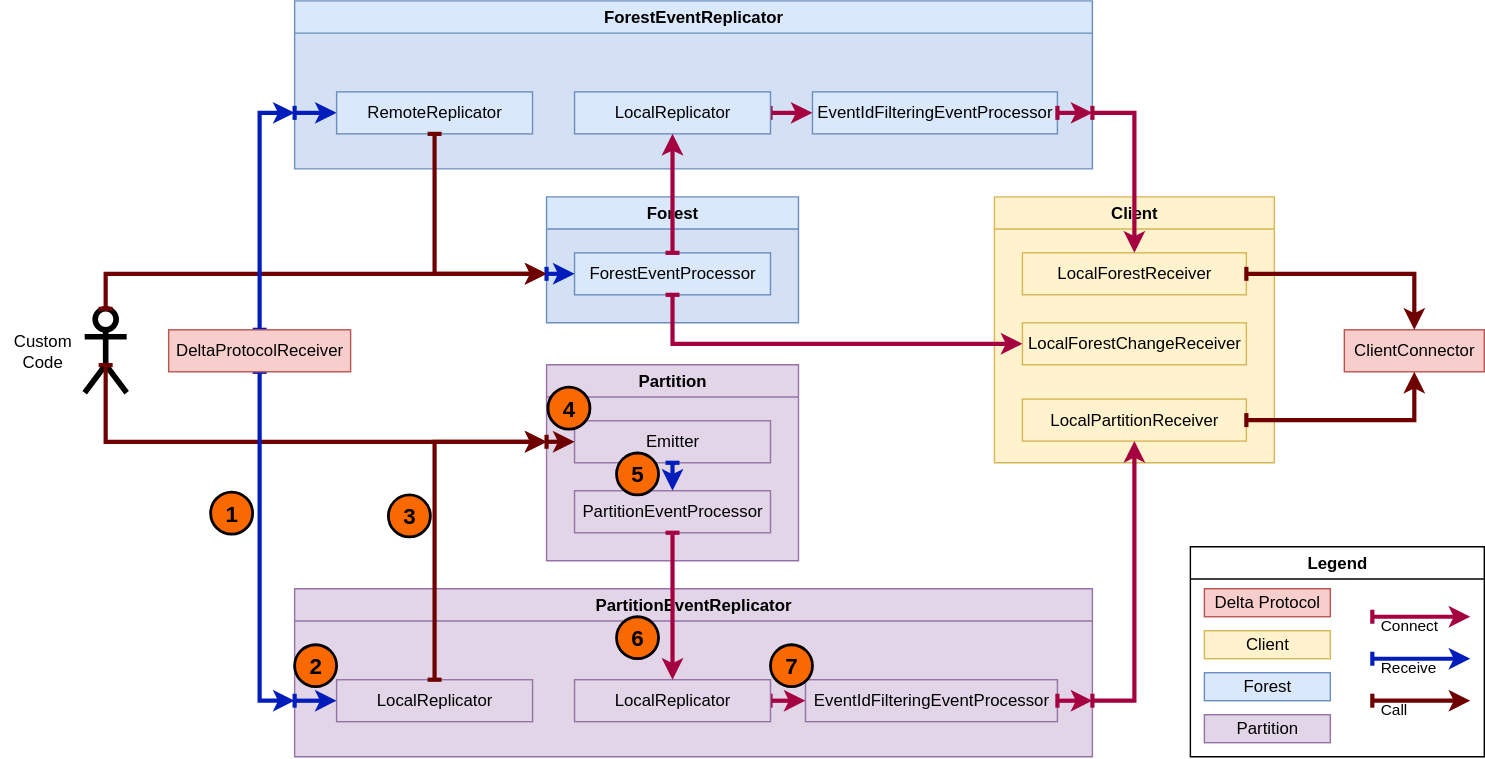
Earlier version of the draw.io export docs/processors-remoteSteps.drawio.svg (LionWeb-io/lionweb-csharp). Source tidied: cells renumbered, new cells last; positions are measured from the earlier drawing's top-left corner, leaving out a move shared by most shapes.
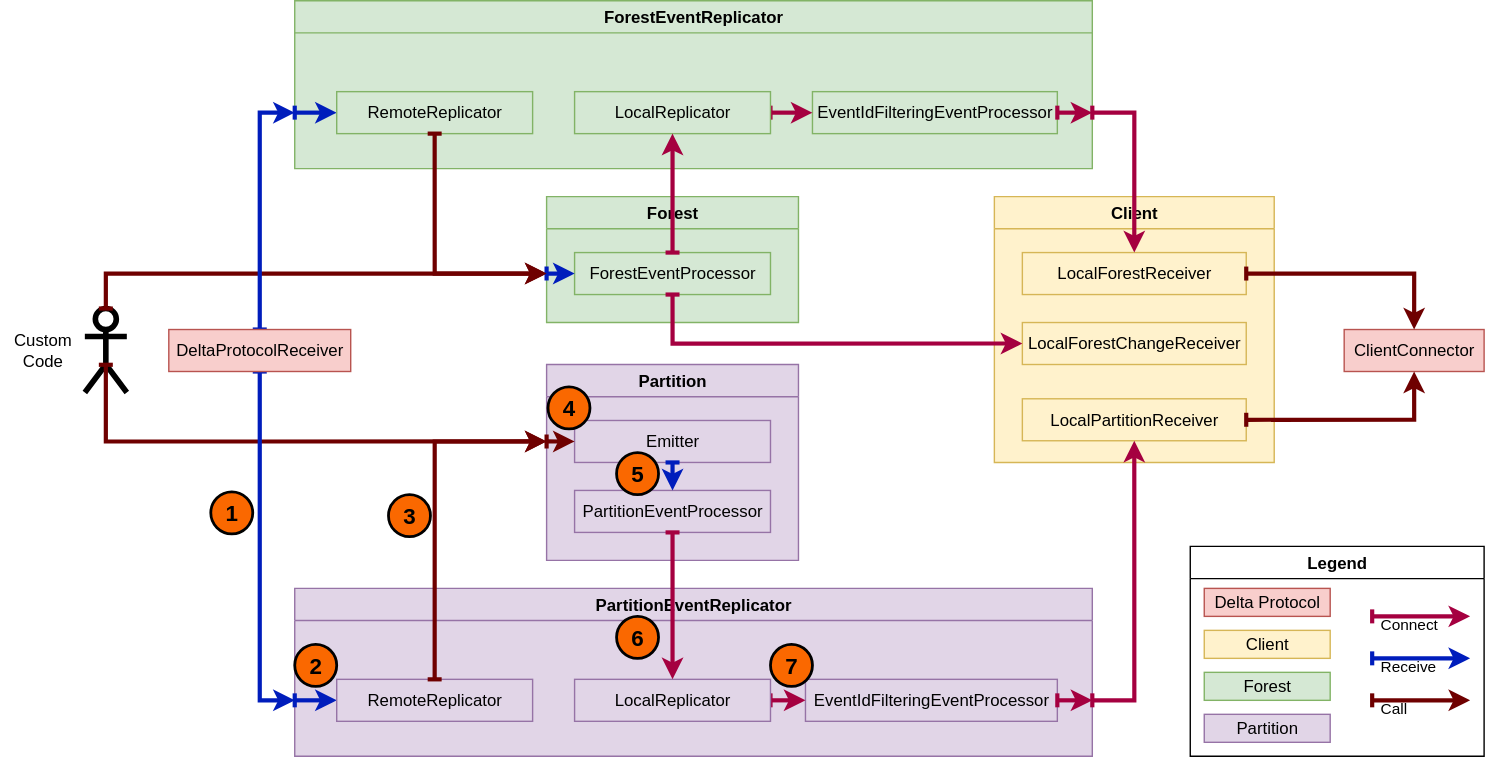
The same diagram one commit later.

What changed in the source:
```diff
@@ -28,10 +28,10 @@
     <mxCell id="7" value="&lt;div&gt;DeltaProtocolReceiver&lt;/div&gt;" style="rounded=0;whiteSpace=wrap;html=1;fillColor=#f8cecc;strokeColor=#b85450;" parent="1" vertex="1">
       <mxGeometry x="120" y="235" width="130" height="30" as="geometry" />
     </mxCell>
-    <mxCell id="8" value="ForestEventReplicator" style="swimlane;whiteSpace=wrap;html=1;points=[[0,0,0,0,0],[0,0.25,0,0,0],[0,0.5,0,0,0],[0,1,0,0,-40],[0,1,0,0,0],[0.25,0,0,0,0],[0.25,1,0,0,0],[0.5,0,0,0,0],[0.5,1,0,0,0],[0.75,0,0,0,0],[0.75,1,0,0,0],[1,0,0,0,0],[1,0.25,0,0,0],[1,0.5,0,0,0],[1,1,0,0,-40],[1,1,0,0,0]];fillColor=#dae8fc;strokeColor=#6c8ebf;swimlaneFillColor=#D4E1F5;" parent="1" vertex="1">
+    <mxCell id="8" value="ForestEventReplicator" style="swimlane;whiteSpace=wrap;html=1;points=[[0,0,0,0,0],[0,0.25,0,0,0],[0,0.5,0,0,0],[0,1,0,0,-40],[0,1,0,0,0],[0.25,0,0,0,0],[0.25,1,0,0,0],[0.5,0,0,0,0],[0.5,1,0,0,0],[0.75,0,0,0,0],[0.75,1,0,0,0],[1,0,0,0,0],[1,0.25,0,0,0],[1,0.5,0,0,0],[1,1,0,0,-40],[1,1,0,0,0]];fillColor=#d5e8d4;strokeColor=#82b366;swimlaneFillColor=#D5E8D4;" parent="1" vertex="1">
       <mxGeometry x="210" width="570" height="120" as="geometry" />
     </mxCell>
-    <mxCell id="9" value="EventIdFilteringEventProcessor" style="rounded=0;whiteSpace=wrap;html=1;fillColor=#dae8fc;strokeColor=#6c8ebf;" parent="8" vertex="1">
+    <mxCell id="9" value="EventIdFilteringEventProcessor" style="rounded=0;whiteSpace=wrap;html=1;fillColor=#d5e8d4;strokeColor=#82b366;" parent="8" vertex="1">
       <mxGeometry x="370" y="65" width="175" height="30" as="geometry" />
     </mxCell>
     <mxCell id="10" style="edgeStyle=orthogonalEdgeStyle;rounded=0;jettySize=auto;html=1;exitX=0;exitY=1;exitDx=0;exitDy=-40;entryX=0;entryY=0.5;entryDx=0;entryDy=0;fillColor=#0050ef;strokeColor=#001DBC;entryPerimeter=0;exitPerimeter=0;strokeWidth=3;startArrow=baseDash;startFill=0;" parent="8" edge="1" source="8" target="14">
@@ -43,16 +43,16 @@
     <mxCell id="12" style="rounded=0;jettySize=auto;html=1;fillColor=#d80073;strokeColor=#A50040;entryX=0;entryY=0.5;entryDx=0;entryDy=0;strokeWidth=3;startArrow=baseDash;startFill=0;exitX=1;exitY=0.5;exitDx=0;exitDy=0;exitPerimeter=0;" parent="8" edge="1" source="13" target="9">
       <mxGeometry relative="1" as="geometry" />
     </mxCell>
-    <mxCell id="13" value="LocalReplicator" style="rounded=0;whiteSpace=wrap;html=1;points=[[0,0,0,0,0],[0,0.25,0,0,0],[0,0.5,0,0,0],[0,0.75,0,0,0],[0,1,0,0,0],[0.25,0,0,0,0],[0.25,1,0,0,0],[0.5,0,0,0,0],[0.5,1,0,0,0],[0.75,0,0,0,0],[1,0,0,0,0],[1,0.25,0,0,0],[1,0.5,0,0,0],[1,0.75,0,0,0],[1,1,0,-30,0],[1,1,0,0,0]];fillColor=#dae8fc;strokeColor=#6c8ebf;" parent="8" vertex="1">
+    <mxCell id="13" value="LocalReplicator" style="rounded=0;whiteSpace=wrap;html=1;points=[[0,0,0,0,0],[0,0.25,0,0,0],[0,0.5,0,0,0],[0,0.75,0,0,0],[0,1,0,0,0],[0.25,0,0,0,0],[0.25,1,0,0,0],[0.5,0,0,0,0],[0.5,1,0,0,0],[0.75,0,0,0,0],[1,0,0,0,0],[1,0.25,0,0,0],[1,0.5,0,0,0],[1,0.75,0,0,0],[1,1,0,-30,0],[1,1,0,0,0]];fillColor=#d5e8d4;strokeColor=#82b366;" parent="8" vertex="1">
       <mxGeometry x="200" y="65" width="140" height="30" as="geometry" />
     </mxCell>
-    <mxCell id="14" value="RemoteReplicator" style="rounded=0;whiteSpace=wrap;html=1;points=[[0,0,0,0,0],[0,0.25,0,0,0],[0,0.5,0,0,0],[0,0.75,0,0,0],[0,1,0,0,0],[0.25,0,0,0,0],[0.25,1,0,0,0],[0.5,0,0,0,0],[0.5,1,0,0,0],[0.75,0,0,0,0],[1,0,0,0,0],[1,0.25,0,0,0],[1,0.5,0,0,0],[1,0.75,0,0,0],[1,1,0,-30,0],[1,1,0,0,0]];fillColor=#dae8fc;strokeColor=#6c8ebf;" parent="8" vertex="1">
+    <mxCell id="14" value="RemoteReplicator" style="rounded=0;whiteSpace=wrap;html=1;points=[[0,0,0,0,0],[0,0.25,0,0,0],[0,0.5,0,0,0],[0,0.75,0,0,0],[0,1,0,0,0],[0.25,0,0,0,0],[0.25,1,0,0,0],[0.5,0,0,0,0],[0.5,1,0,0,0],[0.75,0,0,0,0],[1,0,0,0,0],[1,0.25,0,0,0],[1,0.5,0,0,0],[1,0.75,0,0,0],[1,1,0,-30,0],[1,1,0,0,0]];fillColor=#d5e8d4;strokeColor=#82b366;" parent="8" vertex="1">
       <mxGeometry x="30" y="65" width="140" height="30" as="geometry" />
     </mxCell>
-    <mxCell id="15" value="Forest" style="swimlane;whiteSpace=wrap;html=1;points=[[0,0,0,0,0],[0,0.25,0,0,0],[0,0.5,0,0,0],[0,1,0,0,-35],[0,1,0,0,0],[0.25,0,0,0,0],[0.25,1,0,0,0],[0.5,0,0,0,0],[0.5,1,0,0,0],[0.75,0,0,0,0],[0.75,1,0,0,0],[1,0,0,0,0],[1,0.25,0,0,0],[1,0.5,0,0,0],[1,0.75,0,0,0],[1,1,0,0,0]];fillColor=#dae8fc;strokeColor=#6c8ebf;swimlaneFillColor=#D4E1F5;" parent="1" vertex="1">
+    <mxCell id="15" value="Forest" style="swimlane;whiteSpace=wrap;html=1;points=[[0,0,0,0,0],[0,0.25,0,0,0],[0,0.5,0,0,0],[0,1,0,0,-35],[0,1,0,0,0],[0.25,0,0,0,0],[0.25,1,0,0,0],[0.5,0,0,0,0],[0.5,1,0,0,0],[0.75,0,0,0,0],[0.75,1,0,0,0],[1,0,0,0,0],[1,0.25,0,0,0],[1,0.5,0,0,0],[1,0.75,0,0,0],[1,1,0,0,0]];fillColor=#d5e8d4;strokeColor=#82b366;swimlaneFillColor=#D5E8D4;" parent="1" vertex="1">
       <mxGeometry x="390" y="140" width="180" height="90" as="geometry" />
     </mxCell>
-    <mxCell id="16" value="ForestEventProcessor" style="rounded=0;whiteSpace=wrap;html=1;points=[[0,0,0,0,0],[0,0,0,10,0],[0,0.25,0,0,0],[0,0.5,0,0,0],[0,0.75,0,0,0],[0,1,0,0,0],[0,1,0,10,0],[0.5,0,0,0,0],[0.5,1,0,0,0],[0.75,0,0,0,0],[0.75,1,0,0,0],[1,0,0,0,0],[1,0.25,0,0,0],[1,0.5,0,0,0],[1,0.75,0,0,0],[1,1,0,0,0]];fillColor=#dae8fc;strokeColor=#6c8ebf;" parent="15" vertex="1">
+    <mxCell id="16" value="ForestEventProcessor" style="rounded=0;whiteSpace=wrap;html=1;points=[[0,0,0,0,0],[0,0,0,10,0],[0,0.25,0,0,0],[0,0.5,0,0,0],[0,0.75,0,0,0],[0,1,0,0,0],[0,1,0,10,0],[0.5,0,0,0,0],[0.5,1,0,0,0],[0.75,0,0,0,0],[0.75,1,0,0,0],[1,0,0,0,0],[1,0.25,0,0,0],[1,0.5,0,0,0],[1,0.75,0,0,0],[1,1,0,0,0]];fillColor=#d5e8d4;strokeColor=#82b366;" parent="15" vertex="1">
       <mxGeometry x="20" y="40" width="140" height="30" as="geometry" />
     </mxCell>
     <mxCell id="17" style="edgeStyle=orthogonalEdgeStyle;rounded=0;jettySize=auto;html=1;exitX=0;exitY=1;exitDx=0;exitDy=-35;fillColor=#0050ef;strokeColor=#001DBC;entryX=0;entryY=0.5;entryDx=0;entryDy=0;exitPerimeter=0;strokeWidth=3;startArrow=baseDash;startFill=0;" parent="15" edge="1" source="15" target="16">
@@ -81,7 +81,7 @@
     <mxCell id="23" value="LocalReplicator" style="rounded=0;whiteSpace=wrap;html=1;points=[[0,0,0,0,0],[0,0.25,0,0,0],[0,0.5,0,0,0],[0,0.75,0,0,0],[0,1,0,0,0],[0.25,0,0,0,0],[0.25,1,0,0,0],[0.5,0,0,0,0],[0.5,1,0,0,0],[0.75,1,0,0,0],[1,0,0,-30,0],[1,0,0,0,0],[1,0.25,0,0,0],[1,0.5,0,0,0],[1,0.75,0,0,0],[1,1,0,0,0]];fillColor=#e1d5e7;strokeColor=#9673a6;" parent="18" vertex="1">
       <mxGeometry x="200" y="65" width="140" height="30" as="geometry" />
     </mxCell>
-    <mxCell id="24" value="LocalReplicator" style="rounded=0;whiteSpace=wrap;html=1;points=[[0,0,0,0,0],[0,0.25,0,0,0],[0,0.5,0,0,0],[0,0.75,0,0,0],[0,1,0,0,0],[0.25,0,0,0,0],[0.25,1,0,0,0],[0.5,0,0,0,0],[0.5,1,0,0,0],[0.75,1,0,0,0],[1,0,0,-30,0],[1,0,0,0,0],[1,0.25,0,0,0],[1,0.5,0,0,0],[1,0.75,0,0,0],[1,1,0,0,0]];fillColor=#e1d5e7;strokeColor=#9673a6;" parent="18" vertex="1">
+    <mxCell id="24" value="RemoteReplicator" style="rounded=0;whiteSpace=wrap;html=1;points=[[0,0,0,0,0],[0,0.25,0,0,0],[0,0.5,0,0,0],[0,0.75,0,0,0],[0,1,0,0,0],[0.25,0,0,0,0],[0.25,1,0,0,0],[0.5,0,0,0,0],[0.5,1,0,0,0],[0.75,1,0,0,0],[1,0,0,-30,0],[1,0,0,0,0],[1,0.25,0,0,0],[1,0.5,0,0,0],[1,0.75,0,0,0],[1,1,0,0,0]];fillColor=#e1d5e7;strokeColor=#9673a6;" parent="18" vertex="1">
       <mxGeometry x="30" y="65" width="140" height="30" as="geometry" />
     </mxCell>
     <mxCell id="25" value="Partition" style="swimlane;whiteSpace=wrap;html=1;points=[[0,0,0,0,0],[0,0,0,0,55],[0,0.5,0,0,0],[0,0.75,0,0,0],[0,1,0,0,0],[0.25,0,0,0,0],[0.25,1,0,0,0],[0.5,0,0,0,0],[0.5,1,0,0,0],[0.75,0,0,0,0],[0.75,1,0,0,0],[1,0,0,0,0],[1,0.25,0,0,0],[1,0.5,0,0,0],[1,0.75,0,0,0],[1,1,0,0,0]];fillColor=#e1d5e7;strokeColor=#9673a6;swimlaneFillColor=#E1D5E7;" parent="1" vertex="1">
@@ -182,7 +182,7 @@
     <mxCell id="47" value="Partition" style="rounded=0;whiteSpace=wrap;html=1;fillColor=#e1d5e7;strokeColor=#9673a6;" parent="44" vertex="1">
       <mxGeometry x="10" y="120" width="90" height="20" as="geometry" />
     </mxCell>
-    <mxCell id="48" value="Forest" style="rounded=0;whiteSpace=wrap;html=1;fillColor=#dae8fc;strokeColor=#6c8ebf;" parent="44" vertex="1">
+    <mxCell id="48" value="Forest" style="rounded=0;whiteSpace=wrap;html=1;fillColor=#d5e8d4;strokeColor=#82b366;" parent="44" vertex="1">
       <mxGeometry x="10" y="90" width="90" height="20" as="geometry" />
     </mxCell>
     <mxCell id="49" value="Receive" style="rounded=0;orthogonalLoop=1;jettySize=auto;html=1;fillColor=#0050ef;strokeColor=#001DBC;strokeWidth=3;labelBackgroundColor=none;spacingTop=12;align=left;spacingLeft=4;startArrow=baseDash;startFill=0;" parent="44" edge="1">
```
